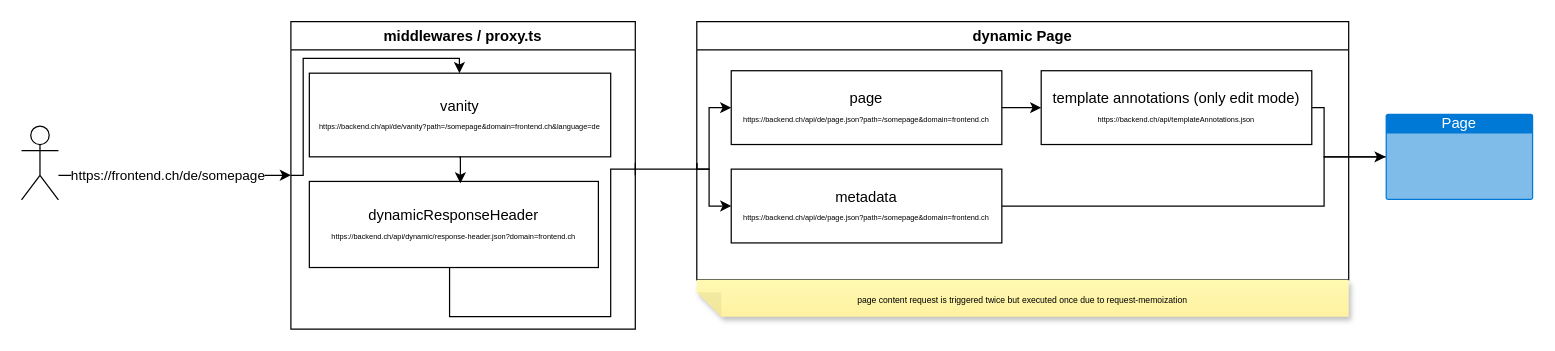
merkle-open/magnolia-headless keeps this draw.io diagram as assets/frontend-page-load-requests.drawio. Above is the earlier version. Source tidied: cells renumbered, new cells numbered last; positions are measured from the earlier drawing's top-left corner, leaving out a move shared by most shapes. Both pictures are drawn from the tidied source at 123%, with x=0, y=0 at pixel (21, 21).
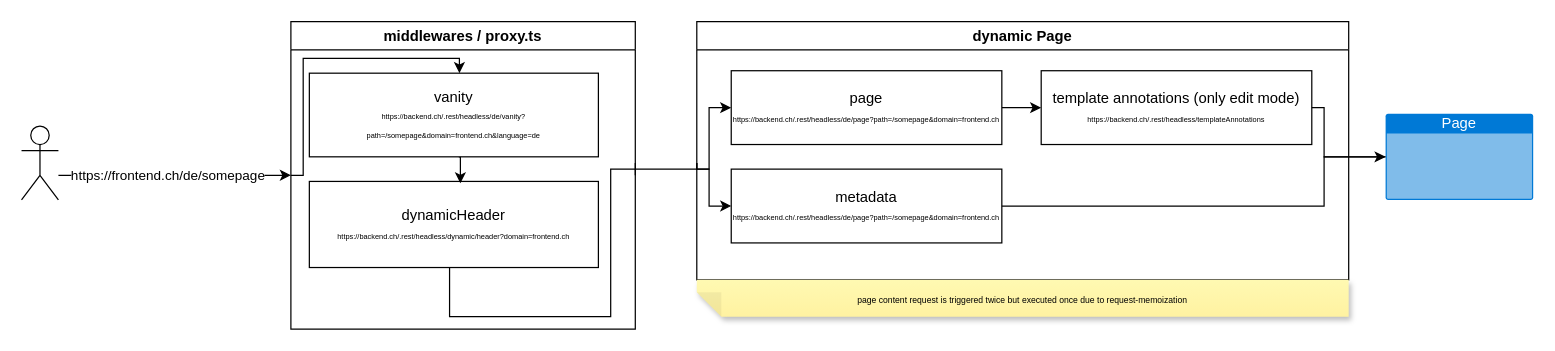
Above is the later version.

Unchanged cells that the change refers to:
```xml
<mxCell id="3" value="middlewares / proxy.ts" style="swimlane;whiteSpace=wrap;html=1;" parent="1" vertex="1">
  <mxGeometry x="219" width="280" height="250" as="geometry" />
</mxCell>
<mxCell id="12" value="dynamic Page" style="swimlane;whiteSpace=wrap;html=1;" parent="1" vertex="1">
  <mxGeometry x="549" width="530" height="210" as="geometry" />
</mxCell>
```

The edit, as a diff of the source:
```diff
@@
-    <mxCell id="5" value="dynamicResponseHeader&lt;div&gt;&lt;font style=&quot;font-size: 6px;&quot;&gt;https://backend.ch/api/dynamic/response-header.json?domain=frontend.ch&lt;/font&gt;&lt;/div&gt;" style="rounded=0;whiteSpace=wrap;html=1;" parent="3" vertex="1">
+    <mxCell id="5" value="dynamicHeader&lt;div&gt;&lt;font style=&quot;font-size: 6px;&quot;&gt;https://backend.ch/.rest/headless/dynamic/header?domain=frontend.ch&lt;/font&gt;&lt;/div&gt;" style="rounded=0;whiteSpace=wrap;html=1;" parent="3" vertex="1">
       <mxGeometry x="15" y="130" width="235" height="70" as="geometry" />
     </mxCell>
@@
-    <mxCell id="7" value="vanity&lt;div&gt;&lt;font style=&quot;font-size: 6px;&quot;&gt;https://backend.ch/api/de/vanity?path=/somepage&amp;amp;domain=frontend.ch&amp;amp;language=de&lt;/font&gt;&lt;/div&gt;" style="whiteSpace=wrap;html=1;align=center;" parent="3" vertex="1">
-      <mxGeometry x="15" y="42" width="245" height="68" as="geometry" />
+    <mxCell id="7" value="vanity&lt;div&gt;&lt;font style=&quot;font-size: 6px;&quot;&gt;https://backend.ch/.rest/headless/de/vanity?path=/somepage&amp;amp;domain=frontend.ch&amp;amp;language=de&lt;/font&gt;&lt;/div&gt;" style="whiteSpace=wrap;html=1;align=center;" parent="3" vertex="1">
+      <mxGeometry x="15" y="42" width="235" height="68" as="geometry" />
     </mxCell>
@@
-    <mxCell id="14" value="&lt;div&gt;page&lt;/div&gt;&lt;div&gt;&lt;font style=&quot;font-size: 6px;&quot;&gt;https://backend.ch/api/de/page.json?path=/somepage&amp;amp;domain=frontend.ch&lt;/font&gt;&lt;/div&gt;" style="rounded=0;whiteSpace=wrap;html=1;" parent="12" vertex="1">
+    <mxCell id="14" value="&lt;div&gt;page&lt;/div&gt;&lt;div&gt;&lt;font style=&quot;font-size: 6px;&quot;&gt;https://backend.ch/.rest/headless/de/page?path=/somepage&amp;amp;domain=frontend.ch&lt;/font&gt;&lt;/div&gt;" style="rounded=0;whiteSpace=wrap;html=1;" parent="12" vertex="1">
       <mxGeometry x="28" y="40" width="220" height="60" as="geometry" />
     </mxCell>
-    <mxCell id="15" value="metadata&lt;div&gt;&lt;font style=&quot;font-size: 6px;&quot;&gt;https://backend.ch/api/de/page.json?path=/somepage&amp;amp;domain=frontend.ch&lt;/font&gt;&lt;/div&gt;" style="rounded=0;whiteSpace=wrap;html=1;" parent="12" vertex="1">
+    <mxCell id="15" value="metadata&lt;div&gt;&lt;font style=&quot;font-size: 6px;&quot;&gt;https://backend.ch/.rest/headless/de/page?path=/somepage&amp;amp;domain=frontend.ch&lt;/font&gt;&lt;/div&gt;" style="rounded=0;whiteSpace=wrap;html=1;" parent="12" vertex="1">
       <mxGeometry x="28" y="120" width="220" height="60" as="geometry" />
     </mxCell>
@@
-    <mxCell id="18" value="&lt;div&gt;template annotations (only edit mode)&lt;/div&gt;&lt;div&gt;&lt;font style=&quot;font-size: 6px;&quot;&gt;https://backend.ch/api/templateAnnotations.json&lt;/font&gt;&lt;/div&gt;" style="rounded=0;whiteSpace=wrap;html=1;" parent="12" vertex="1">
+    <mxCell id="18" value="&lt;div&gt;template annotations (only edit mode)&lt;/div&gt;&lt;div&gt;&lt;font style=&quot;font-size: 6px;&quot;&gt;https://backend.ch/.rest/headless/templateAnnotations&lt;/font&gt;&lt;/div&gt;" style="rounded=0;whiteSpace=wrap;html=1;" parent="12" vertex="1">
       <mxGeometry x="280" y="40" width="220" height="60" as="geometry" />
     </mxCell>
```
